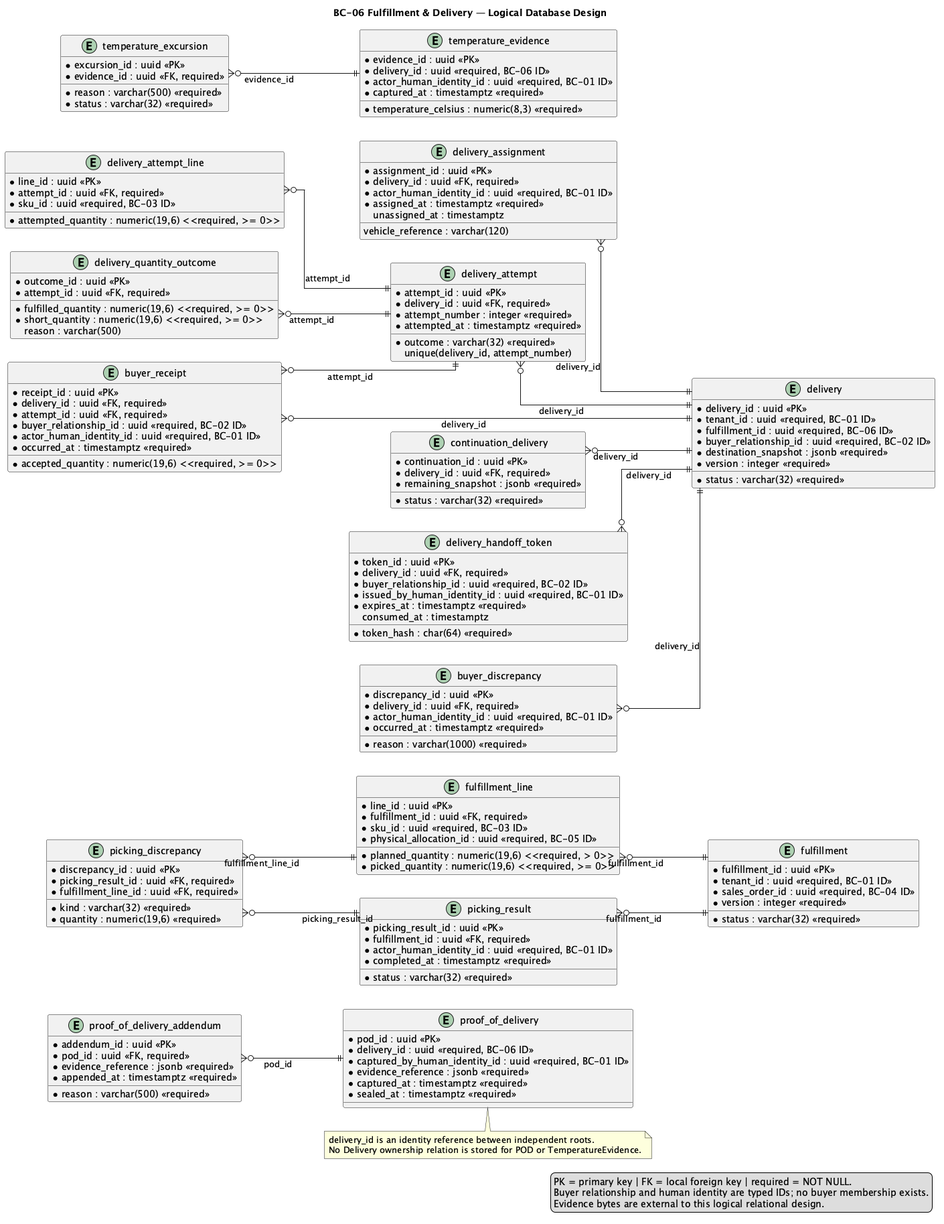
This is report/assets/chapter-2/tactical/BC-06/database-diagram.png from nexa-suite/mobile-report, a PlantUML export, as it was before one commit.
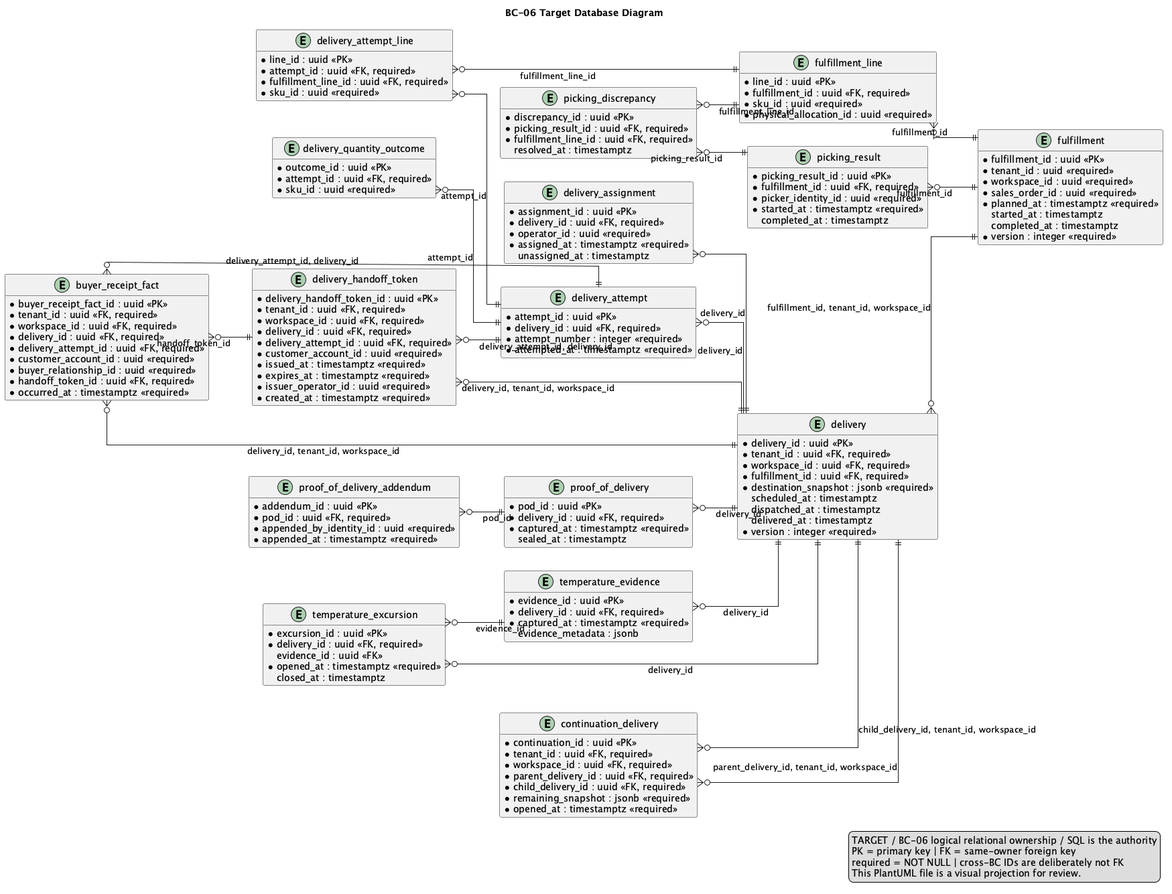
After the change.

Diff of the diagram source:
```diff
@@ -1,6 +1,7 @@
 @startuml
-title BC-06 Fulfillment & Delivery — Logical Database Design
+title BC-06 Target Database Diagram
 left to right direction
+hide methods
 skinparam shadowing false
 skinparam linetype ortho
 skinparam entity {
@@ -9,173 +10,204 @@
   FontColor #0F172A
 }
 
-entity "fulfillment" as fulfillment {
+entity "fulfillment" as t_fulfillment {
   * fulfillment_id : uuid <<PK>>
-  * tenant_id : uuid <<required, BC-01 ID>>
-  * sales_order_id : uuid <<required, BC-04 ID>>
+  * tenant_id : uuid <<required>>
+  * workspace_id : uuid <<required>>
+  * sales_order_id : uuid <<required>>
   * status : varchar(32) <<required>>
+  * planned_at : timestamptz <<required>>
+    started_at : timestamptz
+    completed_at : timestamptz
   * version : integer <<required>>
 }
 
-entity "fulfillment_line" as fulfillment_line {
+entity "fulfillment_line" as t_fulfillment_line {
   * line_id : uuid <<PK>>
   * fulfillment_id : uuid <<FK, required>>
-  * sku_id : uuid <<required, BC-03 ID>>
-  * physical_allocation_id : uuid <<required, BC-05 ID>>
-  * planned_quantity : numeric(19,6) <<required, > 0>>
-  * picked_quantity : numeric(19,6) <<required, >= 0>>
+  * sku_id : uuid <<required>>
+  * physical_allocation_id : uuid <<required>>
+  * planned_quantity : numeric(19,6) <<required>>
+  * picked_quantity : numeric(19,6) <<required>>
 }
 
-entity "picking_result" as picking_result {
+entity "picking_result" as t_picking_result {
   * picking_result_id : uuid <<PK>>
   * fulfillment_id : uuid <<FK, required>>
   * status : varchar(32) <<required>>
-  * actor_human_identity_id : uuid <<required, BC-01 ID>>
-  * completed_at : timestamptz <<required>>
+  * picker_identity_id : uuid <<required>>
+  * started_at : timestamptz <<required>>
+    completed_at : timestamptz
 }
 
-entity "picking_discrepancy" as picking_discrepancy {
+entity "picking_discrepancy" as t_picking_discrepancy {
   * discrepancy_id : uuid <<PK>>
   * picking_result_id : uuid <<FK, required>>
   * fulfillment_line_id : uuid <<FK, required>>
   * kind : varchar(32) <<required>>
   * quantity : numeric(19,6) <<required>>
+    resolution : varchar(500)
+    resolved_at : timestamptz
 }
 
-entity "delivery" as delivery {
+entity "delivery" as t_delivery {
   * delivery_id : uuid <<PK>>
-  * tenant_id : uuid <<required, BC-01 ID>>
-  * fulfillment_id : uuid <<required, BC-06 ID>>
-  * buyer_relationship_id : uuid <<required, BC-02 ID>>
+  * tenant_id : uuid <<FK, required>>
+  * workspace_id : uuid <<FK, required>>
+  * fulfillment_id : uuid <<FK, required>>
   * status : varchar(32) <<required>>
   * destination_snapshot : jsonb <<required>>
+    scheduled_at : timestamptz
+    dispatched_at : timestamptz
+    delivered_at : timestamptz
   * version : integer <<required>>
 }
 
-entity "delivery_assignment" as delivery_assignment {
+entity "delivery_assignment" as t_delivery_assignment {
   * assignment_id : uuid <<PK>>
   * delivery_id : uuid <<FK, required>>
-  * actor_human_identity_id : uuid <<required, BC-01 ID>>
+  * operator_id : uuid <<required>>
     vehicle_reference : varchar(120)
   * assigned_at : timestamptz <<required>>
     unassigned_at : timestamptz
 }
 
-entity "delivery_attempt" as delivery_attempt {
+entity "delivery_attempt" as t_delivery_attempt {
   * attempt_id : uuid <<PK>>
   * delivery_id : uuid <<FK, required>>
   * attempt_number : integer <<required>>
+  * outcome : varchar(32) <<required>>
   * attempted_at : timestamptz <<required>>
-  * outcome : varchar(32) <<required>>
-    unique(delivery_id, attempt_number)
+    notes : varchar(1000)
 }
 
-entity "delivery_attempt_line" as delivery_attempt_line {
+entity "delivery_attempt_line" as t_delivery_attempt_line {
   * line_id : uuid <<PK>>
   * attempt_id : uuid <<FK, required>>
-  * sku_id : uuid <<required, BC-03 ID>>
-  * attempted_quantity : numeric(19,6) <<required, >= 0>>
+  * fulfillment_line_id : uuid <<FK, required>>
+  * sku_id : uuid <<required>>
+  * attempted_quantity : numeric(19,6) <<required>>
+  * received_quantity : numeric(19,6) <<required>>
 }
 
-entity "delivery_quantity_outcome" as delivery_quantity_outcome {
+entity "delivery_quantity_outcome" as t_delivery_quantity_outcome {
   * outcome_id : uuid <<PK>>
   * attempt_id : uuid <<FK, required>>
-  * fulfilled_quantity : numeric(19,6) <<required, >= 0>>
-  * short_quantity : numeric(19,6) <<required, >= 0>>
+  * sku_id : uuid <<required>>
+  * fulfilled_quantity : numeric(19,6) <<required>>
+  * short_quantity : numeric(19,6) <<required>>
     reason : varchar(500)
 }
 
-entity "continuation_delivery" as continuation_delivery {
-  * continuation_id : uuid <<PK>>
+entity "delivery_handoff_token" as t_delivery_handoff_token {
+  * delivery_handoff_token_id : uuid <<PK>>
+  * tenant_id : uuid <<FK, required>>
+  * workspace_id : uuid <<FK, required>>
   * delivery_id : uuid <<FK, required>>
-  * remaining_snapshot : jsonb <<required>>
+  * delivery_attempt_id : uuid <<FK, required>>
+  * customer_account_id : uuid <<required>>
+  * token_hash : char(64) <<required>>
+  * issued_at : timestamptz <<required>>
+  * expires_at : timestamptz <<required>>
+  * issuer_operator_id : uuid <<required>>
   * status : varchar(32) <<required>>
+  * idempotency_key : varchar(160) <<required>>
+  * created_at : timestamptz <<required>>
 }
 
-entity "delivery_handoff_token" as delivery_handoff_token {
-  * token_id : uuid <<PK>>
+entity "buyer_receipt_fact" as t_buyer_receipt_fact {
+  * buyer_receipt_fact_id : uuid <<PK>>
+  * tenant_id : uuid <<FK, required>>
+  * workspace_id : uuid <<FK, required>>
   * delivery_id : uuid <<FK, required>>
-  * buyer_relationship_id : uuid <<required, BC-02 ID>>
-  * issued_by_human_identity_id : uuid <<required, BC-01 ID>>
-  * token_hash : char(64) <<required>>
-  * expires_at : timestamptz <<required>>
-    consumed_at : timestamptz
+  * delivery_attempt_id : uuid <<FK, required>>
+  * customer_account_id : uuid <<required>>
+  * buyer_relationship_id : uuid <<required>>
+  * handoff_token_id : uuid <<FK, required>>
+  * decision : varchar(32) <<required>>
+  * driver_delivered_quantity : numeric(19,6) <<required>>
+  * accepted_quantity : numeric(19,6) <<required>>
+    reason : varchar(2000)
+  * occurred_at : timestamptz <<required>>
+  * idempotency_key : varchar(160) <<required>>
 }
 
-entity "buyer_receipt" as buyer_receipt {
-  * receipt_id : uuid <<PK>>
+entity "proof_of_delivery" as t_proof_of_delivery {
+  * pod_id : uuid <<PK>>
   * delivery_id : uuid <<FK, required>>
-  * attempt_id : uuid <<FK, required>>
-  * buyer_relationship_id : uuid <<required, BC-02 ID>>
-  * actor_human_identity_id : uuid <<required, BC-01 ID>>
-  * accepted_quantity : numeric(19,6) <<required, >= 0>>
-  * occurred_at : timestamptz <<required>>
+  * status : varchar(32) <<required>>
+    recipient_name : varchar(200)
+    signature_object_key : varchar(500)
+  * captured_at : timestamptz <<required>>
+    sealed_at : timestamptz
 }
 
-entity "buyer_discrepancy" as buyer_discrepancy {
-  * discrepancy_id : uuid <<PK>>
-  * delivery_id : uuid <<FK, required>>
-  * actor_human_identity_id : uuid <<required, BC-01 ID>>
-  * reason : varchar(1000) <<required>>
-  * occurred_at : timestamptz <<required>>
-}
-
-entity "proof_of_delivery" as proof_of_delivery {
-  * pod_id : uuid <<PK>>
-  * delivery_id : uuid <<required, BC-06 ID>>
-  * captured_by_human_identity_id : uuid <<required, BC-01 ID>>
-  * evidence_reference : jsonb <<required>>
-  * captured_at : timestamptz <<required>>
-  * sealed_at : timestamptz <<required>>
-}
-
-entity "proof_of_delivery_addendum" as proof_of_delivery_addendum {
+entity "proof_of_delivery_addendum" as t_proof_of_delivery_addendum {
   * addendum_id : uuid <<PK>>
   * pod_id : uuid <<FK, required>>
   * reason : varchar(500) <<required>>
-  * evidence_reference : jsonb <<required>>
+    evidence_object_key : varchar(500)
+  * appended_by_identity_id : uuid <<required>>
   * appended_at : timestamptz <<required>>
 }
 
-entity "temperature_evidence" as temperature_evidence {
+entity "temperature_evidence" as t_temperature_evidence {
   * evidence_id : uuid <<PK>>
-  * delivery_id : uuid <<required, BC-06 ID>>
-  * actor_human_identity_id : uuid <<required, BC-01 ID>>
+  * delivery_id : uuid <<FK, required>>
+  * captured_at : timestamptz <<required>>
   * temperature_celsius : numeric(8,3) <<required>>
-  * captured_at : timestamptz <<required>>
+  * source : varchar(80) <<required>>
+    evidence_metadata : jsonb
 }
 
-entity "temperature_excursion" as temperature_excursion {
+entity "temperature_excursion" as t_temperature_excursion {
   * excursion_id : uuid <<PK>>
-  * evidence_id : uuid <<FK, required>>
+  * delivery_id : uuid <<FK, required>>
+    evidence_id : uuid <<FK>>
+  * status : varchar(32) <<required>>
   * reason : varchar(500) <<required>>
-  * status : varchar(32) <<required>>
+  * opened_at : timestamptz <<required>>
+    closed_at : timestamptz
 }
 
-fulfillment_line }o--|| fulfillment : fulfillment_id
-picking_result }o--|| fulfillment : fulfillment_id
-picking_discrepancy }o--|| picking_result : picking_result_id
-picking_discrepancy }o--|| fulfillment_line : fulfillment_line_id
-delivery_assignment }o--|| delivery : delivery_id
-delivery_attempt }o--|| delivery : delivery_id
-delivery_attempt_line }o--|| delivery_attempt : attempt_id
-delivery_quantity_outcome }o--|| delivery_attempt : attempt_id
-continuation_delivery }o--|| delivery : delivery_id
-delivery_handoff_token }o--|| delivery : delivery_id
-buyer_receipt }o--|| delivery : delivery_id
-buyer_receipt }o--|| delivery_attempt : attempt_id
-buyer_discrepancy }o--|| delivery : delivery_id
-proof_of_delivery_addendum }o--|| proof_of_delivery : pod_id
-temperature_excursion }o--|| temperature_evidence : evidence_id
+entity "continuation_delivery" as t_continuation_delivery {
+  * continuation_id : uuid <<PK>>
+  * tenant_id : uuid <<FK, required>>
+  * workspace_id : uuid <<FK, required>>
+  * parent_delivery_id : uuid <<FK, required>>
+  * child_delivery_id : uuid <<FK, required>>
+  * remaining_snapshot : jsonb <<required>>
+  * opened_at : timestamptz <<required>>
+  * idempotency_key : varchar(160) <<required>>
+}
 
-note bottom of proof_of_delivery
-delivery_id is an identity reference between independent roots.
-No Delivery ownership relation is stored for POD or TemperatureEvidence.
-end note
+t_fulfillment_line }o--|| t_fulfillment : fulfillment_id
+t_picking_result }o--|| t_fulfillment : fulfillment_id
+t_picking_discrepancy }o--|| t_picking_result : picking_result_id
+t_picking_discrepancy }o--|| t_fulfillment_line : fulfillment_line_id
+t_delivery }o--|| t_fulfillment : fulfillment_id, tenant_id, workspace_id
+t_delivery_assignment }o--|| t_delivery : delivery_id
+t_delivery_attempt }o--|| t_delivery : delivery_id
+t_delivery_attempt_line }o--|| t_delivery_attempt : attempt_id
+t_delivery_attempt_line }o--|| t_fulfillment_line : fulfillment_line_id
+t_delivery_quantity_outcome }o--|| t_delivery_attempt : attempt_id
+t_delivery_handoff_token }o--|| t_delivery : delivery_id, tenant_id, workspace_id
+t_delivery_handoff_token }o--|| t_delivery_attempt : delivery_attempt_id, delivery_id
+t_buyer_receipt_fact }o--|| t_delivery_handoff_token : handoff_token_id
+t_buyer_receipt_fact }o--|| t_delivery : delivery_id, tenant_id, workspace_id
+t_buyer_receipt_fact }o--|| t_delivery_attempt : delivery_attempt_id, delivery_id
+t_proof_of_delivery }o--|| t_delivery : delivery_id
+t_proof_of_delivery_addendum }o--|| t_proof_of_delivery : pod_id
+t_temperature_evidence }o--|| t_delivery : delivery_id
+t_temperature_excursion }o--|| t_delivery : delivery_id
+t_temperature_excursion }o--|| t_temperature_evidence : evidence_id
+t_continuation_delivery }o--|| t_delivery : parent_delivery_id, tenant_id, workspace_id
+t_continuation_delivery }o--|| t_delivery : child_delivery_id, tenant_id, workspace_id
 
 legend right
-PK = primary key | FK = local foreign key | required = NOT NULL.
-Buyer relationship and human identity are typed IDs; no buyer membership exists.
-Evidence bytes are external to this logical relational design.
+TARGET / BC-06 logical relational ownership / SQL is the authority
+PK = primary key | FK = same-owner foreign key
+required = NOT NULL | cross-BC IDs are deliberately not FK
+This PlantUML file is a visual projection for review.
 endlegend
 @enduml
```
